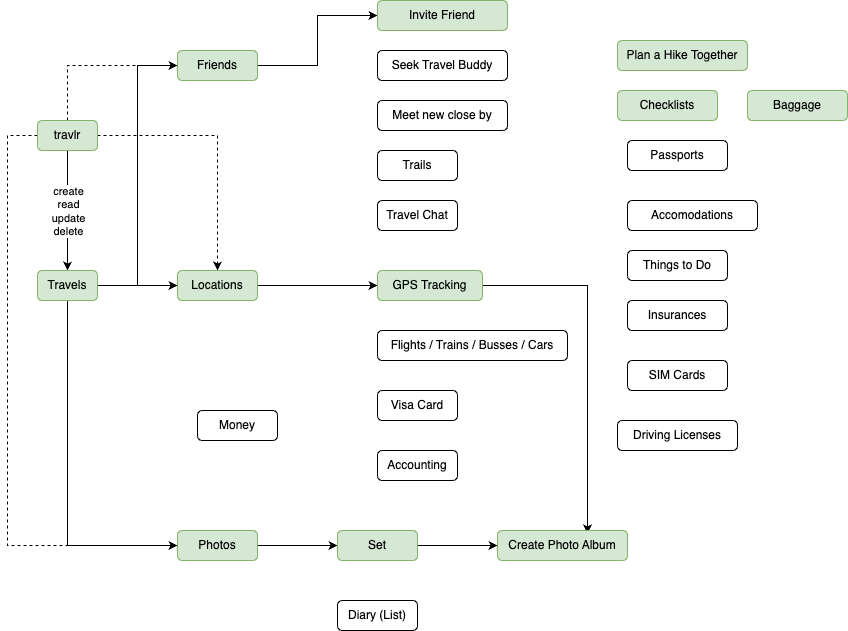
The draw.io diagram doc/use_cases.drawio.png in caiopeia/travlr, before a commit. Source tidied: cells renumbered, new cells last; positions are measured from the earlier drawing's top-left corner, leaving out a move shared by most shapes.
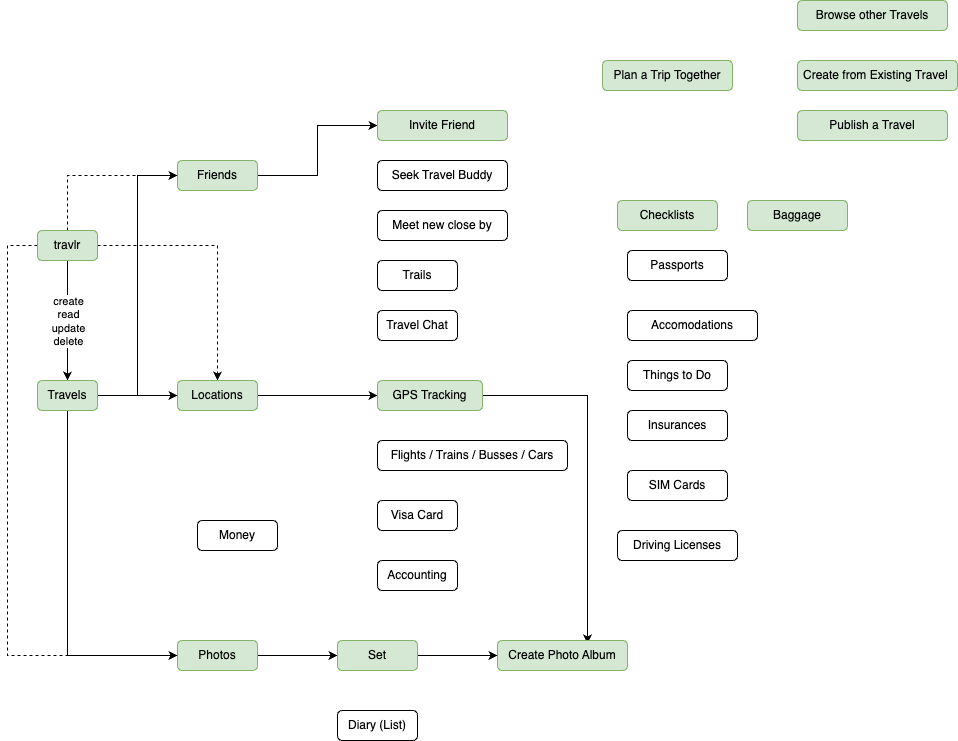
After the commit.

Commit message:
add use cases for browsing travels

What changed in the source:
```diff
@@ -137,8 +137,8 @@
     <mxCell id="38" value="Travels" style="rounded=1;whiteSpace=wrap;html=1;fillColor=#d5e8d4;strokeColor=#82b366;" parent="1" vertex="1">
       <mxGeometry x="30" y="270" width="60" height="30" as="geometry" />
     </mxCell>
-    <mxCell id="39" value="Plan a Hike Together" style="rounded=1;whiteSpace=wrap;html=1;fillColor=#d5e8d4;strokeColor=#82b366;" parent="1" vertex="1">
-      <mxGeometry x="610" y="40" width="130" height="30" as="geometry" />
+    <mxCell id="39" value="Plan a Trip Together" style="rounded=1;whiteSpace=wrap;html=1;fillColor=#d5e8d4;strokeColor=#82b366;" parent="1" vertex="1">
+      <mxGeometry x="595" y="-50" width="130" height="30" as="geometry" />
     </mxCell>
     <mxCell id="40" value="Checklists" style="rounded=1;whiteSpace=wrap;html=1;fillColor=#d5e8d4;strokeColor=#82b366;" parent="1" vertex="1">
       <mxGeometry x="610" y="90" width="100" height="30" as="geometry" />
@@ -146,5 +146,14 @@
     <mxCell id="41" value="Baggage" style="rounded=1;whiteSpace=wrap;html=1;fillColor=#d5e8d4;strokeColor=#82b366;" parent="1" vertex="1">
       <mxGeometry x="740" y="90" width="100" height="30" as="geometry" />
     </mxCell>
+    <mxCell id="42" value="Create from Existing Travel&amp;nbsp;" style="rounded=1;whiteSpace=wrap;html=1;fillColor=#d5e8d4;strokeColor=#82b366;" parent="1" vertex="1">
+      <mxGeometry x="790" y="-50" width="160" height="30" as="geometry" />
+    </mxCell>
+    <mxCell id="43" value="Publish a Travel" style="rounded=1;whiteSpace=wrap;html=1;fillColor=#d5e8d4;strokeColor=#82b366;" parent="1" vertex="1">
+      <mxGeometry x="790" width="150" height="30" as="geometry" />
+    </mxCell>
+    <mxCell id="44" value="Browse other Travels" style="rounded=1;whiteSpace=wrap;html=1;fillColor=#d5e8d4;strokeColor=#82b366;" parent="1" vertex="1">
+      <mxGeometry x="790" y="-110" width="150" height="30" as="geometry" />
+    </mxCell>
   </root>
 </mxGraphModel>
```
